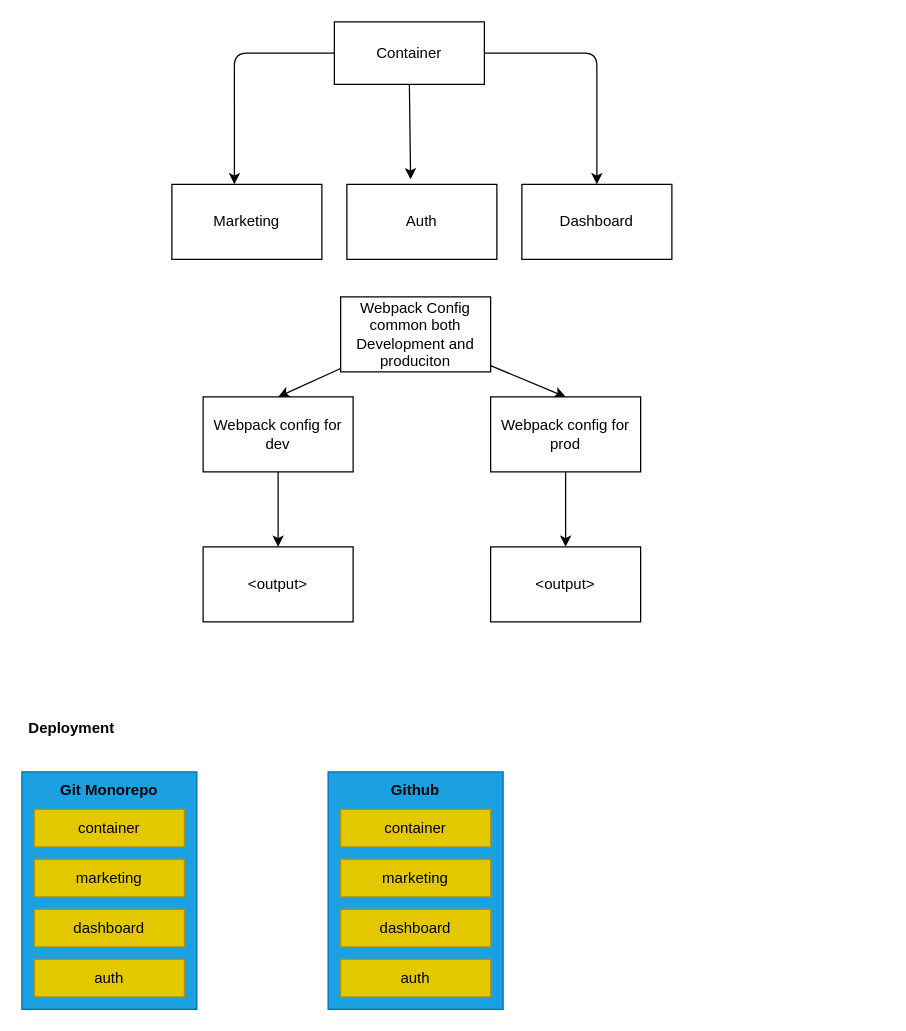
Above: architecture.drawio in kueben96/micro-frontend-react-saas (draw.io), before the change. Source tidied: cells renumbered, new cells numbered last; positions are measured from the earlier drawing's top-left corner, leaving out a move shared by most shapes. Both pictures are drawn from the tidied source at 125%, with x=0, y=0 at pixel (21, 21).
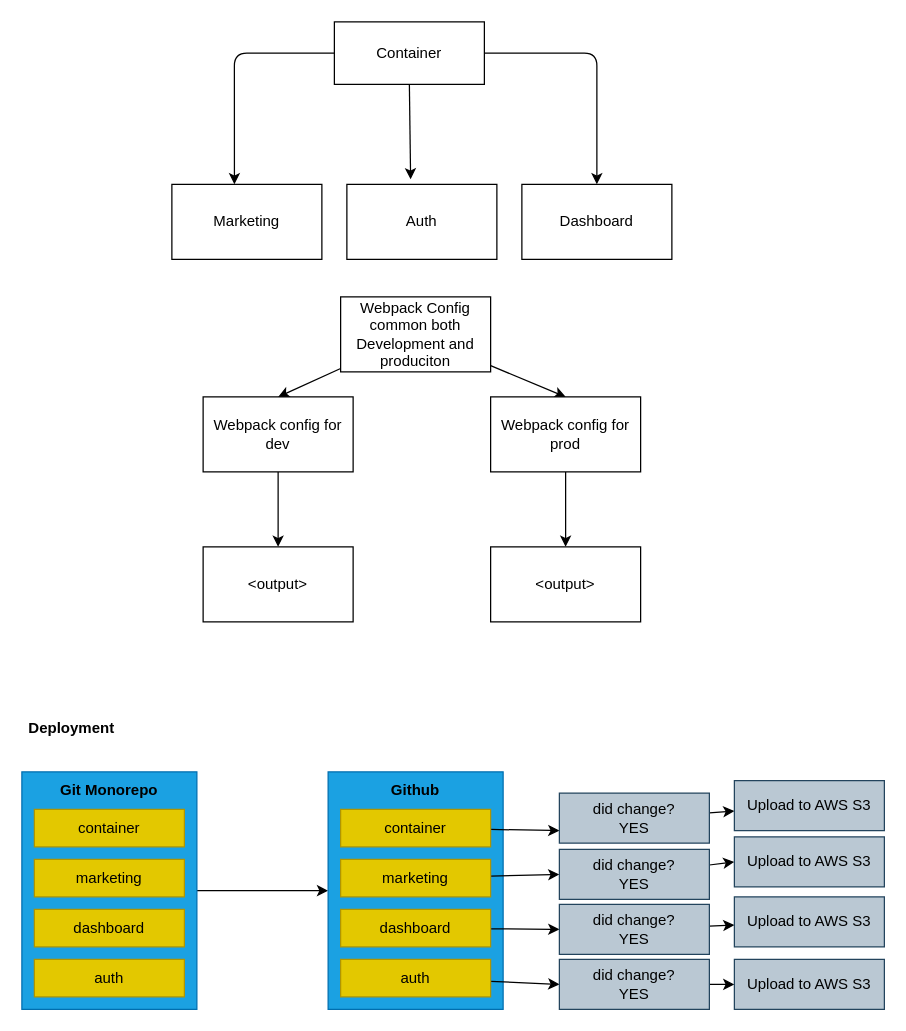
Above is the later version.

The change refers to these unchanged cells:
```xml
<mxCell id="19" style="whiteSpace=wrap;html=1;fillColor=#1ba1e2;fontColor=#ffffff;strokeColor=#006EAF;" parent="1" vertex="1">
  <mxGeometry y="600" width="140" height="190" as="geometry" />
</mxCell>
<mxCell id="25" style="whiteSpace=wrap;html=1;fillColor=#1ba1e2;fontColor=#ffffff;strokeColor=#006EAF;" parent="1" vertex="1">
  <mxGeometry x="245" y="600" width="140" height="190" as="geometry" />
</mxCell>
<mxCell id="26" value="container" style="whiteSpace=wrap;html=1;fillColor=#e3c800;fontColor=#000000;strokeColor=#B09500;" parent="1" vertex="1">
  <mxGeometry x="255" y="630" width="120" height="30" as="geometry" />
</mxCell>
<mxCell id="27" value="marketing" style="whiteSpace=wrap;html=1;fillColor=#e3c800;fontColor=#000000;strokeColor=#B09500;" parent="1" vertex="1">
  <mxGeometry x="255" y="670" width="120" height="30" as="geometry" />
</mxCell>
<mxCell id="28" value="dashboard" style="whiteSpace=wrap;html=1;fillColor=#e3c800;fontColor=#000000;strokeColor=#B09500;" parent="1" vertex="1">
  <mxGeometry x="255" y="710" width="120" height="30" as="geometry" />
</mxCell>
<mxCell id="29" value="auth" style="whiteSpace=wrap;html=1;fillColor=#e3c800;fontColor=#000000;strokeColor=#B09500;" parent="1" vertex="1">
  <mxGeometry x="255" y="750" width="120" height="30" as="geometry" />
</mxCell>
```

Diff of the diagram source:
```diff
@@
+    <mxCell id="31" style="edgeStyle=none;html=1;entryX=0;entryY=0.5;entryDx=0;entryDy=0;" parent="1" edge="1" source="19" target="25">
+      <mxGeometry relative="1" as="geometry" />
+    </mxCell>
@@
+    <mxCell id="32" style="edgeStyle=none;html=1;entryX=0;entryY=0.75;entryDx=0;entryDy=0;" parent="1" edge="1" source="26" target="37">
+      <mxGeometry relative="1" as="geometry" />
+    </mxCell>
@@
+    <mxCell id="33" style="edgeStyle=none;html=1;entryX=0;entryY=0.5;entryDx=0;entryDy=0;" parent="1" edge="1" source="27" target="39">
+      <mxGeometry relative="1" as="geometry" />
+    </mxCell>
@@
+    <mxCell id="34" style="edgeStyle=none;html=1;entryX=0;entryY=0.5;entryDx=0;entryDy=0;" parent="1" edge="1" source="28" target="41">
+      <mxGeometry relative="1" as="geometry" />
+    </mxCell>
@@
+    <mxCell id="35" style="edgeStyle=none;html=1;entryX=0;entryY=0.5;entryDx=0;entryDy=0;" parent="1" edge="1" source="29" target="43">
+      <mxGeometry relative="1" as="geometry" />
+    </mxCell>
@@
+    <mxCell id="36" style="edgeStyle=none;html=1;" parent="1" edge="1" source="37" target="44">
+      <mxGeometry relative="1" as="geometry" />
+    </mxCell>
+    <mxCell id="37" value="did change?&lt;br&gt;YES" style="whiteSpace=wrap;html=1;fillColor=#bac8d3;strokeColor=#23445d;" parent="1" vertex="1">
+      <mxGeometry x="430" y="617" width="120" height="40" as="geometry" />
+    </mxCell>
+    <mxCell id="38" style="edgeStyle=none;html=1;entryX=0;entryY=0.5;entryDx=0;entryDy=0;" parent="1" edge="1" source="39" target="45">
+      <mxGeometry relative="1" as="geometry" />
+    </mxCell>
+    <mxCell id="39" value="did change?&lt;br&gt;YES" style="whiteSpace=wrap;html=1;fillColor=#bac8d3;strokeColor=#23445d;" parent="1" vertex="1">
+      <mxGeometry x="430" y="662" width="120" height="40" as="geometry" />
+    </mxCell>
+    <mxCell id="40" style="edgeStyle=none;html=1;" parent="1" edge="1" source="41" target="46">
+      <mxGeometry relative="1" as="geometry" />
+    </mxCell>
+    <mxCell id="41" value="did change?&lt;br&gt;YES" style="whiteSpace=wrap;html=1;fillColor=#bac8d3;strokeColor=#23445d;" parent="1" vertex="1">
+      <mxGeometry x="430" y="706" width="120" height="40" as="geometry" />
+    </mxCell>
+    <mxCell id="42" style="edgeStyle=none;html=1;" parent="1" edge="1" source="43" target="47">
+      <mxGeometry relative="1" as="geometry" />
+    </mxCell>
+    <mxCell id="43" value="did change?&lt;br&gt;YES" style="whiteSpace=wrap;html=1;fillColor=#bac8d3;strokeColor=#23445d;" parent="1" vertex="1">
+      <mxGeometry x="430" y="750" width="120" height="40" as="geometry" />
+    </mxCell>
+    <mxCell id="44" value="Upload to AWS S3" style="whiteSpace=wrap;html=1;fillColor=#bac8d3;strokeColor=#23445d;" parent="1" vertex="1">
+      <mxGeometry x="570" y="607" width="120" height="40" as="geometry" />
+    </mxCell>
+    <mxCell id="45" value="Upload to AWS S3" style="whiteSpace=wrap;html=1;fillColor=#bac8d3;strokeColor=#23445d;" parent="1" vertex="1">
+      <mxGeometry x="570" y="652" width="120" height="40" as="geometry" />
+    </mxCell>
+    <mxCell id="46" value="Upload to AWS S3" style="whiteSpace=wrap;html=1;fillColor=#bac8d3;strokeColor=#23445d;" parent="1" vertex="1">
+      <mxGeometry x="570" y="700" width="120" height="40" as="geometry" />
+    </mxCell>
+    <mxCell id="47" value="Upload to AWS S3" style="whiteSpace=wrap;html=1;fillColor=#bac8d3;strokeColor=#23445d;" parent="1" vertex="1">
+      <mxGeometry x="570" y="750" width="120" height="40" as="geometry" />
+    </mxCell>
```
